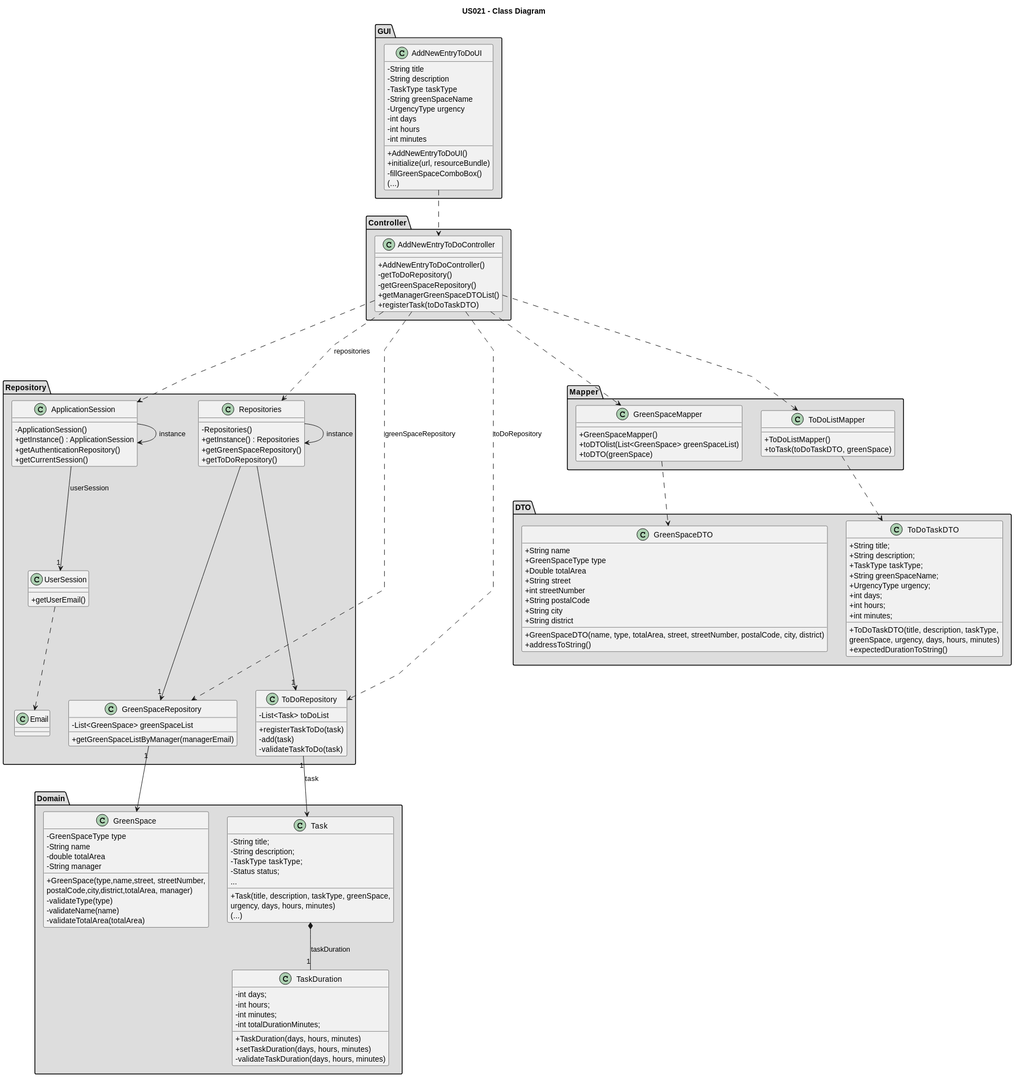
This is docs/sprintC/us021/03.design/svg/us021-class-diagram.svg from Rui-San/LAPR2_2023_2024, a PlantUML export, as it was before one commit. Source of this version:
```plantuml
@startuml
skinparam packageStyle rectangle
skinparam shadowing false
skinparam linetype polyline

skinparam classAttributeIconSize 0
title US021 - Class Diagram

package GUI <<Folder>> #DDDDDD {

class AddNewEntryToDoUI {
    - String title
    - String description
    - TaskType taskType
    - String greenSpaceName
    - UrgencyType urgency
    - int days
    - int hours
    - int minutes

    +AddNewEntryToDoUI()
    + initialize(url, resourceBundle)
    - fillGreenSpaceComboBox()
    (...)
}
}

package Controller <<Folder>> #DDDDDD {
class AddNewEntryToDoController {

    + AddNewEntryToDoController()
    - getToDoRepository()
    - getGreenSpaceRepository()
    + getManagerGreenSpaceDTOList()
    + registerTask(toDoTaskDTO)
    }
}

package Repository <<Folder>> #DDDDDD {
class GreenSpaceRepository{
    - List<GreenSpace> greenSpaceList

    + getGreenSpaceListByManager(managerEmail)
}

class ToDoRepository{
    - List<Task> toDoList

    + registerTaskToDo(task)
    - add(task)
    - validateTaskToDo(task)
}

class Repositories {
    - Repositories()
    + getInstance() : Repositories
    + getGreenSpaceRepository()
    + getToDoRepository()
}

class ApplicationSession{
    - ApplicationSession()
    + getInstance() : ApplicationSession
    + getAuthenticationRepository()
    + getCurrentSession()

}

class UserSession{
    + getUserEmail()

}

class Email{

}

}


package Domain <<Folder>> #DDDDDD {
class GreenSpace {
    - GreenSpaceType type
    - String name
    - double totalArea
    - String manager
    + GreenSpace(type,name,street, streetNumber,\npostalCode,city,district,totalArea, manager)
    - validateType(type)
    - validateName(name)
    - validateTotalArea(totalArea)
}

class Task {
    - String title;
    - String description;
    - TaskType taskType;
    - Status status;
    ...

    + Task(title, description, taskType, greenSpace,\nurgency, days, hours, minutes)
    (...)
}

class TaskDuration {
    - int days;
    - int hours;
    - int minutes;
    - int totalDurationMinutes;

    + TaskDuration(days, hours, minutes)
    + setTaskDuration(days, hours, minutes)
    - validateTaskDuration(days, hours, minutes)
}

}


package Mapper <<Folder>> #DDDDDD {
class GreenSpaceMapper{
    + GreenSpaceMapper()
    + toDTOlist(List<GreenSpace> greenSpaceList)
    + toDTO(greenSpace)
}

class ToDoListMapper{
    + ToDoListMapper()
    + toTask(toDoTaskDTO, greenSpace)
}
}

package DTO <<Folder>> #DDDDDD {
class GreenSpaceDTO{
    + String name
    + GreenSpaceType type
    + Double totalArea
    + String street
    + int streetNumber
    + String postalCode
    + String city
    + String district

    + GreenSpaceDTO(name, type, totalArea, street, streetNumber, postalCode, city, district)
    + addressToString()
}

class ToDoTaskDTO{
    + String title;
    + String description;
    + TaskType taskType;
    + String greenSpaceName;
    + UrgencyType urgency;
    + int days;
    + int hours;
    + int minutes;

    + ToDoTaskDTO(title, description, taskType,\ngreenSpace, urgency, days, hours, minutes)
    + expectedDurationToString()
    }
}

AddNewEntryToDoUI .down.> AddNewEntryToDoController
AddNewEntryToDoController ...> Repositories : repositories
AddNewEntryToDoController ..> GreenSpaceRepository : greenSpaceRepository
AddNewEntryToDoController ..> ToDoRepository : toDoRepository
AddNewEntryToDoController ...> ApplicationSession
Repositories -> Repositories : instance
Repositories ---> "1" GreenSpaceRepository
Repositories ---> "1" ToDoRepository
ApplicationSession -> ApplicationSession : instance
ApplicationSession -down-> "1" UserSession : userSession
UserSession ..> Email
GreenSpaceRepository "1" -> GreenSpace
ToDoRepository "1" -down-> Task : task
Task *--"1" TaskDuration : taskDuration
AddNewEntryToDoController ..> GreenSpaceMapper
AddNewEntryToDoController ...> ToDoListMapper
GreenSpaceMapper ..> GreenSpaceDTO
ToDoListMapper ..> ToDoTaskDTO
@enduml
```
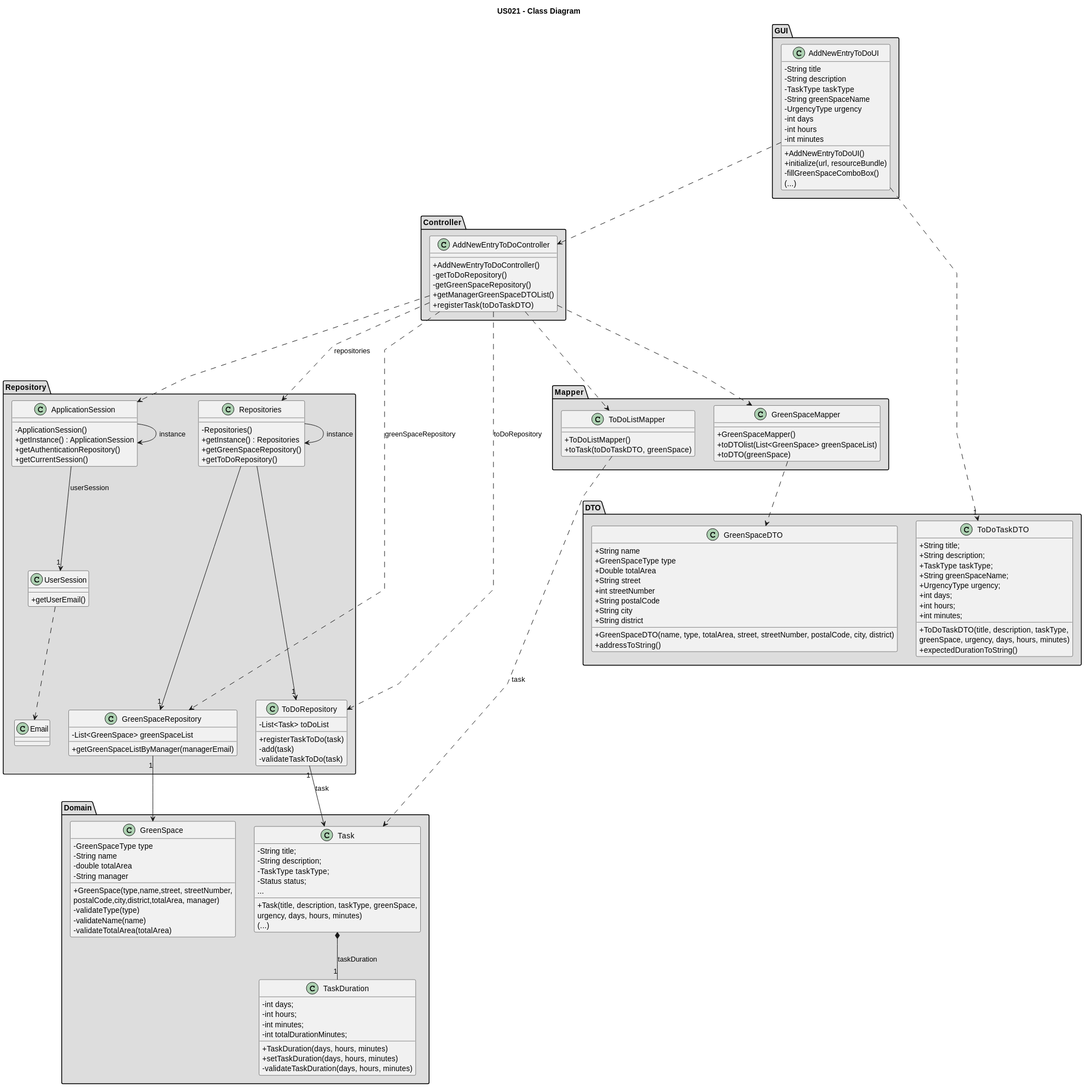
Above is the later version.

Commit message:
US23: Updated Readme with correct links and SD references. Us21: minor update on Class Diagram + readme

What changed in the source:
```diff
@@ -175,5 +175,6 @@
 AddNewEntryToDoController ..> GreenSpaceMapper
 AddNewEntryToDoController ...> ToDoListMapper
 GreenSpaceMapper ..> GreenSpaceDTO
-ToDoListMapper ..> ToDoTaskDTO
+ToDoListMapper ..> Task : task
+AddNewEntryToDoUI .> "1" ToDoTaskDTO
 @enduml
```
